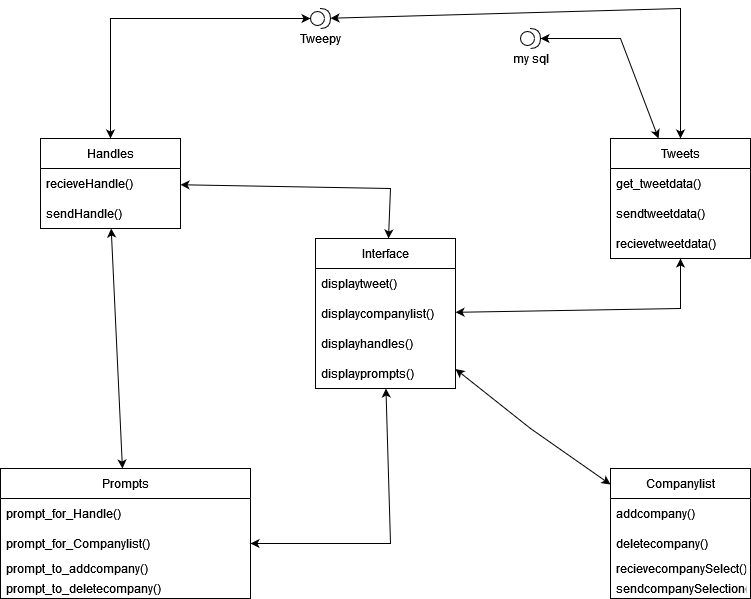
agarcia169/4306-Donaldson-Project keeps this draw.io diagram as images/Interface diagram.drawio.png. Above is the earlier version. Source tidied: cells renumbered, new cells last; positions are measured from the earlier drawing's top-left corner, leaving out a move shared by most shapes.
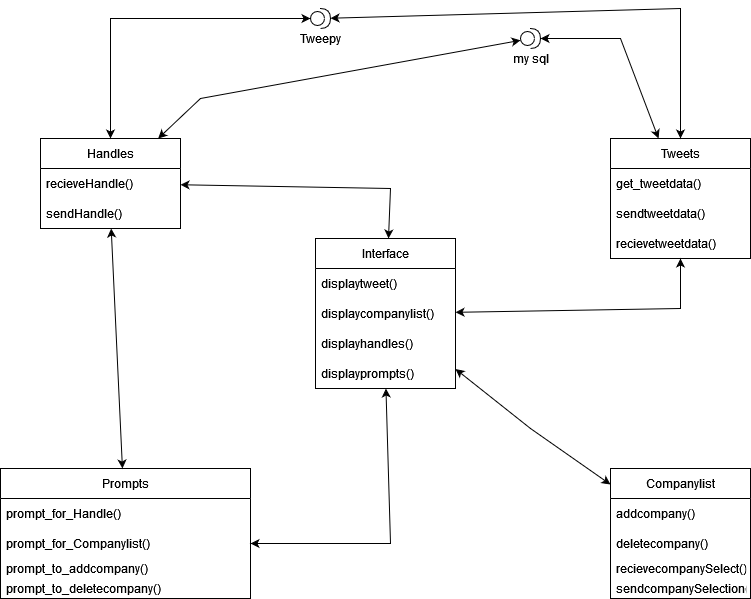
After the change.

Change to the diagram source:
```diff
@@ -126,5 +126,12 @@
         </Array>
       </mxGeometry>
     </mxCell>
+    <mxCell id="34" style="endArrow=classic;startArrow=classic;html=1;rounded=0;" parent="1" edge="1" source="2" target="24">
+      <mxGeometry relative="1" as="geometry">
+        <Array as="points">
+          <mxPoint x="200" y="90" />
+        </Array>
+      </mxGeometry>
+    </mxCell>
   </root>
 </mxGraphModel>
```
